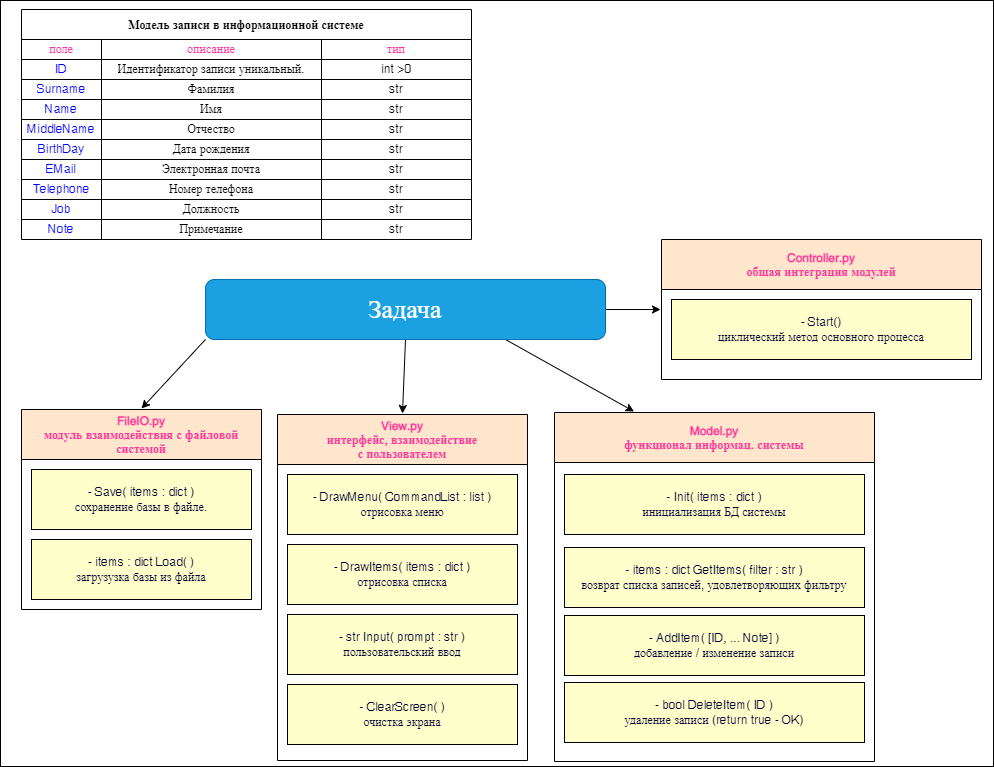
dia-zx/PythonTeamWork1 keeps this draw.io diagram as Plan.png. Above is the earlier version. Source tidied: cells renumbered, new cells last; positions are measured from the earlier drawing's top-left corner, leaving out a move shared by most shapes.
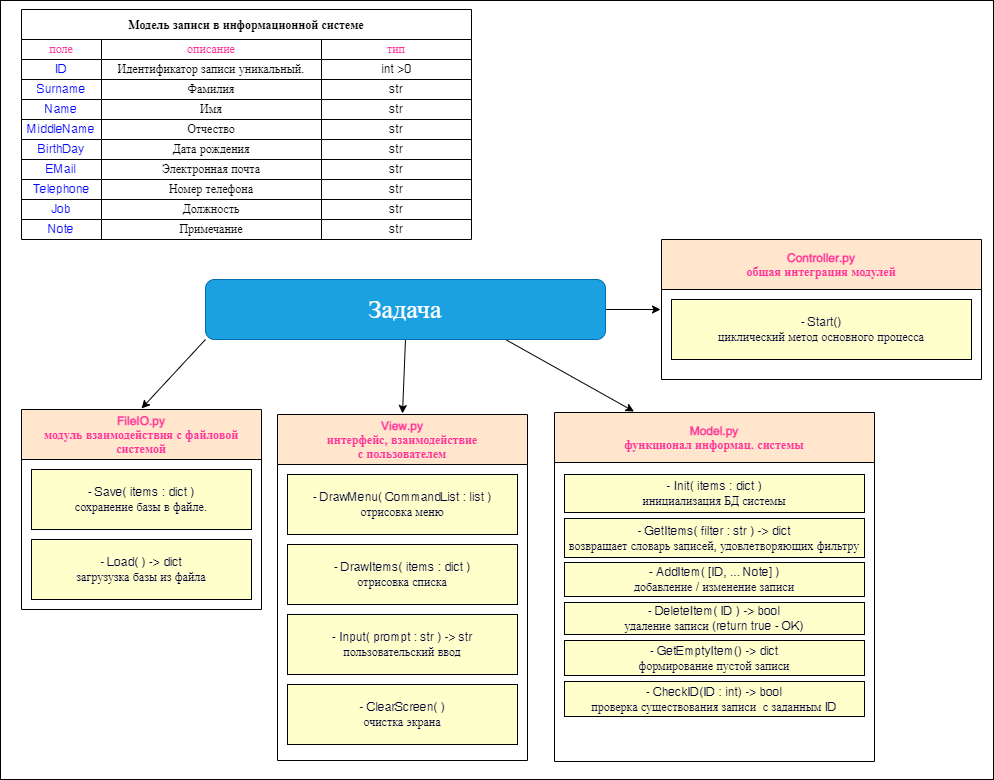
Later version of the same file.

Diff of the diagram source:
```diff
@@ -3,7 +3,7 @@
     <mxCell id="0" />
     <mxCell id="1" parent="0" />
     <mxCell id="2" style="rounded=0;shadow=0;glass=0;labelBackgroundColor=none;labelBorderColor=none;sketch=0;fontColor=none;strokeColor=#000000;fillColor=none;noLabel=1;" parent="1" vertex="1">
-      <mxGeometry width="993" height="766" as="geometry" />
+      <mxGeometry width="993" height="779" as="geometry" />
     </mxCell>
     <mxCell id="3" value="Модель записи в информационной системе" style="shape=table;startSize=30;fontStyle=1;align=center;" parent="1" vertex="1">
       <mxGeometry x="21" y="9" width="450" height="230" as="geometry" />
@@ -134,7 +134,7 @@
     <mxCell id="45" value="&lt;font&gt;- Save( items : dict )&lt;br&gt;сохранение базы в файле.&lt;/font&gt;" style="whiteSpace=wrap;html=1;fontColor=#000033;strokeColor=#000000;fillColor=#FFFFCC;" parent="44" vertex="1">
       <mxGeometry x="10" y="60" width="220" height="60" as="geometry" />
     </mxCell>
-    <mxCell id="46" value="&lt;font&gt;- items : dict Load( )&lt;br&gt;загрузузка базы из файла&lt;/font&gt;" style="whiteSpace=wrap;html=1;fontColor=#000033;strokeColor=#000000;fillColor=#FFFFCC;" parent="44" vertex="1">
+    <mxCell id="46" value="&lt;font&gt;- Load( ) -&amp;gt; dict&lt;br&gt;загрузузка базы из файла&lt;/font&gt;" style="whiteSpace=wrap;html=1;fontColor=#000033;strokeColor=#000000;fillColor=#FFFFCC;" parent="44" vertex="1">
       <mxGeometry x="10" y="130" width="220" height="60" as="geometry" />
     </mxCell>
     <mxCell id="47" style="edgeStyle=none;html=1;exitX=0;exitY=1;exitDx=0;exitDy=0;entryX=0.5;entryY=0;entryDx=0;entryDy=0;fontColor=#FFFFFF;strokeColor=#000000;" parent="1" edge="1" source="51" target="44">
@@ -161,7 +161,7 @@
     <mxCell id="54" value="&lt;font&gt;- DrawItems( items : dict&lt;/font&gt;&lt;span&gt;&amp;nbsp;&lt;/span&gt;&lt;font&gt;)&lt;br&gt;отрисовка списка&lt;br&gt;&lt;/font&gt;" style="whiteSpace=wrap;html=1;fontColor=#000033;strokeColor=#000000;fillColor=#FFFFCC;" parent="52" vertex="1">
       <mxGeometry x="10" y="130" width="230" height="60" as="geometry" />
     </mxCell>
-    <mxCell id="55" value="&lt;font&gt;- str Input( prompt : str&lt;/font&gt;&lt;span&gt;&amp;nbsp;&lt;/span&gt;&lt;font&gt;)&lt;br&gt;пользовательский ввод&lt;br&gt;&lt;/font&gt;" style="whiteSpace=wrap;html=1;fontColor=#000033;strokeColor=#000000;fillColor=#FFFFCC;" parent="52" vertex="1">
+    <mxCell id="55" value="&lt;font&gt;- Input( prompt : str&lt;/font&gt;&lt;span&gt;&amp;nbsp;&lt;/span&gt;&lt;font&gt;) -&amp;gt; str&lt;br&gt;пользовательский ввод&lt;br&gt;&lt;/font&gt;" style="whiteSpace=wrap;html=1;fontColor=#000033;strokeColor=#000000;fillColor=#FFFFCC;" parent="52" vertex="1">
       <mxGeometry x="10" y="200" width="230" height="60" as="geometry" />
     </mxCell>
     <mxCell id="56" value="&lt;font&gt;- ClearScreen( &lt;/font&gt;&lt;font&gt;)&lt;br&gt;очистка экрана&lt;br&gt;&lt;/font&gt;" style="whiteSpace=wrap;html=1;fontColor=#000033;strokeColor=#000000;fillColor=#FFFFCC;" parent="52" vertex="1">
@@ -170,18 +170,24 @@
     <mxCell id="57" value="Model.py&#10;функционал информац. системы" style="swimlane;fontColor=#FF3399;strokeColor=#000000;startSize=50;perimeterSpacing=1;fillColor=#FFE6CC;" parent="1" vertex="1">
       <mxGeometry x="554" y="412" width="320" height="349" as="geometry" />
     </mxCell>
-    <mxCell id="58" value="&lt;font&gt;- items : dict&lt;/font&gt;&lt;font&gt;&amp;nbsp;GetItems( filter : str&lt;/font&gt;&lt;span&gt;&amp;nbsp;&lt;/span&gt;&lt;font&gt;)&lt;br&gt;возврат списка записей, удовлетворяющих фильтру&lt;br&gt;&lt;/font&gt;" style="whiteSpace=wrap;html=1;fontColor=#000033;strokeColor=#000000;fillColor=#FFFFCC;" parent="57" vertex="1">
-      <mxGeometry x="10" y="135" width="300" height="60" as="geometry" />
+    <mxCell id="58" value="&lt;font&gt;- GetItems( filter : str&lt;/font&gt;&lt;span&gt;&amp;nbsp;&lt;/span&gt;&lt;font&gt;) -&amp;gt; dict&lt;br&gt;возвращает словарь записей, удовлетворяющих фильтру&lt;br&gt;&lt;/font&gt;" style="whiteSpace=wrap;html=1;fontColor=#000033;strokeColor=#000000;fillColor=#FFFFCC;" parent="57" vertex="1">
+      <mxGeometry x="10" y="106" width="300" height="39" as="geometry" />
     </mxCell>
     <mxCell id="59" value="&lt;font&gt;- Add&lt;/font&gt;&lt;font&gt;Item(&amp;nbsp;&lt;/font&gt;&lt;span style=&quot;&quot;&gt;[ID, ... Note]&lt;/span&gt;&lt;span style=&quot;&quot;&gt;&amp;nbsp;&lt;/span&gt;&lt;font&gt;)&lt;br&gt;добавление / изменение записи&lt;br&gt;&lt;/font&gt;" style="whiteSpace=wrap;html=1;fontColor=#000033;strokeColor=#000000;fillColor=#FFFFCC;" parent="57" vertex="1">
-      <mxGeometry x="10" y="203" width="300" height="60" as="geometry" />
+      <mxGeometry x="10" y="150" width="300" height="34" as="geometry" />
     </mxCell>
-    <mxCell id="60" value="&lt;font&gt;- bool Delete&lt;/font&gt;&lt;font&gt;Item(&amp;nbsp;&lt;/font&gt;&lt;span style=&quot;&quot;&gt;ID&lt;/span&gt;&lt;span style=&quot;&quot;&gt;&amp;nbsp;&lt;/span&gt;&lt;font&gt;)&lt;br&gt;удаление записи (return true - OK)&lt;br&gt;&lt;/font&gt;" style="whiteSpace=wrap;html=1;fontColor=#000033;strokeColor=#000000;fillColor=#FFFFCC;" parent="57" vertex="1">
-      <mxGeometry x="10" y="270" width="300" height="60" as="geometry" />
+    <mxCell id="60" value="&lt;font&gt;- Delete&lt;/font&gt;&lt;font&gt;Item(&amp;nbsp;&lt;/font&gt;&lt;span&gt;ID&lt;/span&gt;&lt;span&gt;&amp;nbsp;&lt;/span&gt;&lt;font&gt;) -&amp;gt; bool&lt;br&gt;удаление записи (return true - OK)&lt;br&gt;&lt;/font&gt;" style="whiteSpace=wrap;html=1;fontColor=#000033;strokeColor=#000000;fillColor=#FFFFCC;" parent="57" vertex="1">
+      <mxGeometry x="10" y="190" width="300" height="32" as="geometry" />
     </mxCell>
     <mxCell id="61" value="&lt;font&gt;- Init&lt;/font&gt;&lt;font&gt;( items : dict&lt;/font&gt;&lt;span&gt;&amp;nbsp;&lt;/span&gt;&lt;font&gt;)&lt;br&gt;инициализация БД системы&lt;br&gt;&lt;/font&gt;" style="whiteSpace=wrap;html=1;fontColor=#000033;strokeColor=#000000;fillColor=#FFFFCC;" parent="57" vertex="1">
-      <mxGeometry x="10" y="62" width="300" height="60" as="geometry" />
+      <mxGeometry x="10" y="62" width="300" height="38" as="geometry" />
     </mxCell>
+    <mxCell id="64" value="&lt;font&gt;- GetEmptyItem() -&amp;gt; dict&lt;br&gt;&lt;/font&gt;&lt;font&gt;формирование пустой записи&lt;br&gt;&lt;/font&gt;" style="whiteSpace=wrap;html=1;fontColor=#000033;strokeColor=#000000;fillColor=#FFFFCC;" parent="57" vertex="1">
+      <mxGeometry x="10" y="228" width="300" height="35" as="geometry" />
+    </mxCell>
+    <mxCell id="65" value="&lt;font&gt;- CheckID(ID : int) -&amp;gt; bool&lt;br&gt;&lt;/font&gt;&lt;font&gt;проверка существования записи&amp;nbsp; с заданным ID&lt;br&gt;&lt;/font&gt;" style="whiteSpace=wrap;html=1;fontColor=#000033;strokeColor=#000000;fillColor=#FFFFCC;" parent="57" vertex="1">
+      <mxGeometry x="10" y="269" width="300" height="35" as="geometry" />
+    </mxCell>
     <mxCell id="62" value="Controller.py&#10;общая интеграция модулей" style="swimlane;fontColor=#FF3399;strokeColor=#000000;startSize=50;perimeterSpacing=1;labelBackgroundColor=none;fillColor=#FFE6CC;" parent="1" vertex="1">
       <mxGeometry x="661" y="239" width="320" height="140" as="geometry" />
     </mxCell>
```
